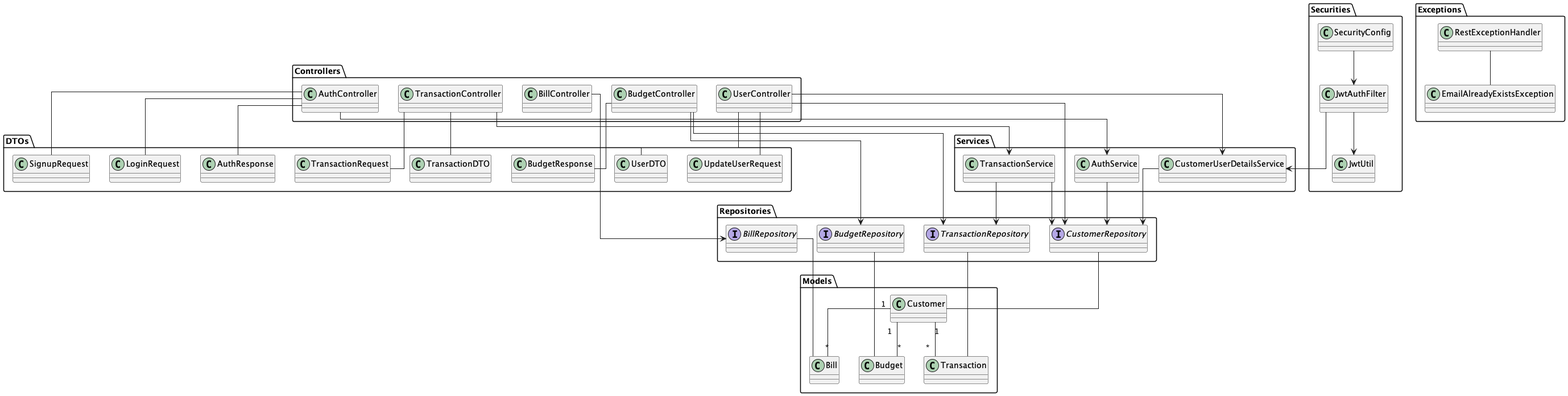
Earlier version of the PlantUML export design/class_diagram.png (TrungVN9/expense-tracker-app). Source of this version:
```plantuml
@startuml

skinparam classAttributeIconSize 0
skinparam linetype ortho

package "Controllers" {
    class AuthController
    class BillController
    class BudgetController
    class TransactionController
    class UserController
}

package "Services" {
    class AuthService
    class CustomerUserDetailsService
    class TransactionService
}

package "Repositories" {
    interface BillRepository
    interface BudgetRepository
    interface CustomerRepository
    interface TransactionRepository
}

package "Models" {
    class Bill
    class Budget
    class Customer
    class Transaction
}

package "Securities" {
    class JwtAuthFilter
    class JwtUtil
    class SecurityConfig
}

package "Exceptions" {
    class EmailAlreadyExistsException
    class RestExceptionHandler
}

package "DTOs" {
    class AuthResponse
    class SignupRequest
    class LoginRequest
    class BudgetResponse
    class TransactionRequest
    class TransactionDTO
    class UserDTO
    class UpdateUserRequest
}


AuthController --> AuthService
BillController --> BillRepository
BudgetController --> BudgetRepository
BudgetController --> TransactionRepository
TransactionController --> TransactionService
UserController --> CustomerUserDetailsService
UserController --> CustomerRepository

AuthService --> CustomerRepository
CustomerUserDetailsService --> CustomerRepository
TransactionService --> TransactionRepository
TransactionService --> CustomerRepository

BillRepository -- Bill
BudgetRepository -- Budget
CustomerRepository -- Customer
TransactionRepository -- Transaction

AuthController -- AuthResponse
AuthController -- SignupRequest
AuthController -- LoginRequest
BudgetController -- BudgetResponse
TransactionController -- TransactionRequest
TransactionController -- TransactionDTO
UserController -- UserDTO
UserController -- UpdateUserRequest

SecurityConfig --> JwtAuthFilter
JwtAuthFilter --> JwtUtil
JwtAuthFilter --> CustomerUserDetailsService

RestExceptionHandler -- EmailAlreadyExistsException

Customer "1" -- "*" Bill
Customer "1" -- "*" Budget
Customer "1" -- "*" Transaction

@enduml
```
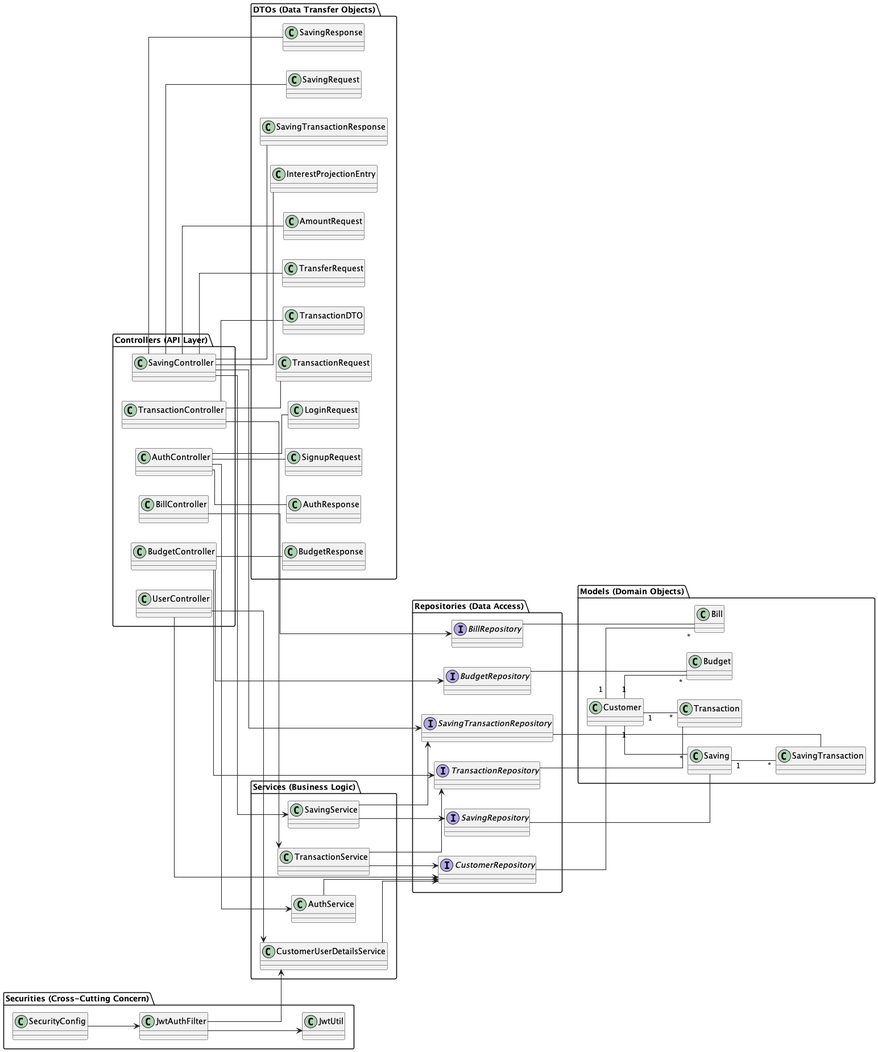
The same file after the commit.

Commit message:
update new design pattern

What changed in the source:
```diff
@@ -3,56 +3,48 @@
 skinparam classAttributeIconSize 0
 skinparam linetype ortho
 
-package "Controllers" {
+left to right direction
+
+package "DTOs (Data Transfer Objects)" {
+    class AuthResponse
+    class SignupRequest
+    class LoginRequest
+    class BudgetResponse
+    class TransactionRequest
+    class TransferRequest
+    class AmountRequest
+    class InterestProjectionEntry
+    class SavingTransactionResponse
+    class SavingRequest
+    class SavingResponse
+    class TransactionDTO
+
+}
+
+package "Controllers (API Layer)" {
     class AuthController
     class BillController
     class BudgetController
     class TransactionController
     class UserController
+    class SavingController
 }
 
-package "Services" {
+package "Services (Business Logic)" {
     class AuthService
     class CustomerUserDetailsService
     class TransactionService
+    class SavingService
 }
 
-package "Repositories" {
+package "Repositories (Data Access)" {
     interface BillRepository
     interface BudgetRepository
     interface CustomerRepository
     interface TransactionRepository
+    interface SavingRepository
+    interface SavingTransactionRepository
 }
-
-package "Models" {
-    class Bill
-    class Budget
-    class Customer
-    class Transaction
-}
-
-package "Securities" {
-    class JwtAuthFilter
-    class JwtUtil
-    class SecurityConfig
-}
-
-package "Exceptions" {
-    class EmailAlreadyExistsException
-    class RestExceptionHandler
-}
-
-package "DTOs" {
-    class AuthResponse
-    class SignupRequest
-    class LoginRequest
-    class BudgetResponse
-    class TransactionRequest
-    class TransactionDTO
-    class UserDTO
-    class UpdateUserRequest
-}
-
 
 AuthController --> AuthService
 BillController --> BillRepository
@@ -61,16 +53,40 @@
 TransactionController --> TransactionService
 UserController --> CustomerUserDetailsService
 UserController --> CustomerRepository
+SavingController --> SavingService
+SavingController --> SavingTransactionRepository
 
 AuthService --> CustomerRepository
 CustomerUserDetailsService --> CustomerRepository
 TransactionService --> TransactionRepository
 TransactionService --> CustomerRepository
+SavingService --> SavingRepository
+SavingService --> SavingTransactionRepository
+
+package "Models (Domain Objects)" {
+    class Bill
+    class Budget
+    class Customer
+    class Transaction
+    class Saving
+    class SavingTransaction
+}
+
+package "Securities (Cross-Cutting Concern)" {
+    class JwtAuthFilter
+    class JwtUtil
+    class SecurityConfig
+}
+
+
+
 
 BillRepository -- Bill
 BudgetRepository -- Budget
 CustomerRepository -- Customer
 TransactionRepository -- Transaction
+SavingRepository -- Saving
+SavingTransactionRepository -- SavingTransaction
 
 AuthController -- AuthResponse
 AuthController -- SignupRequest
@@ -78,17 +94,21 @@
 BudgetController -- BudgetResponse
 TransactionController -- TransactionRequest
 TransactionController -- TransactionDTO
-UserController -- UserDTO
-UserController -- UpdateUserRequest
+SavingController -- SavingRequest
+SavingController -- SavingResponse
+SavingController -- SavingTransactionResponse
+SavingController -- TransferRequest
+SavingController -- AmountRequest
+SavingController -- InterestProjectionEntry
 
 SecurityConfig --> JwtAuthFilter
 JwtAuthFilter --> JwtUtil
 JwtAuthFilter --> CustomerUserDetailsService
 
-RestExceptionHandler -- EmailAlreadyExistsException
-
 Customer "1" -- "*" Bill
 Customer "1" -- "*" Budget
 Customer "1" -- "*" Transaction
+Customer "1" -- "*" Saving
+Saving "1" -- "*" SavingTransaction
 
 @enduml
```
